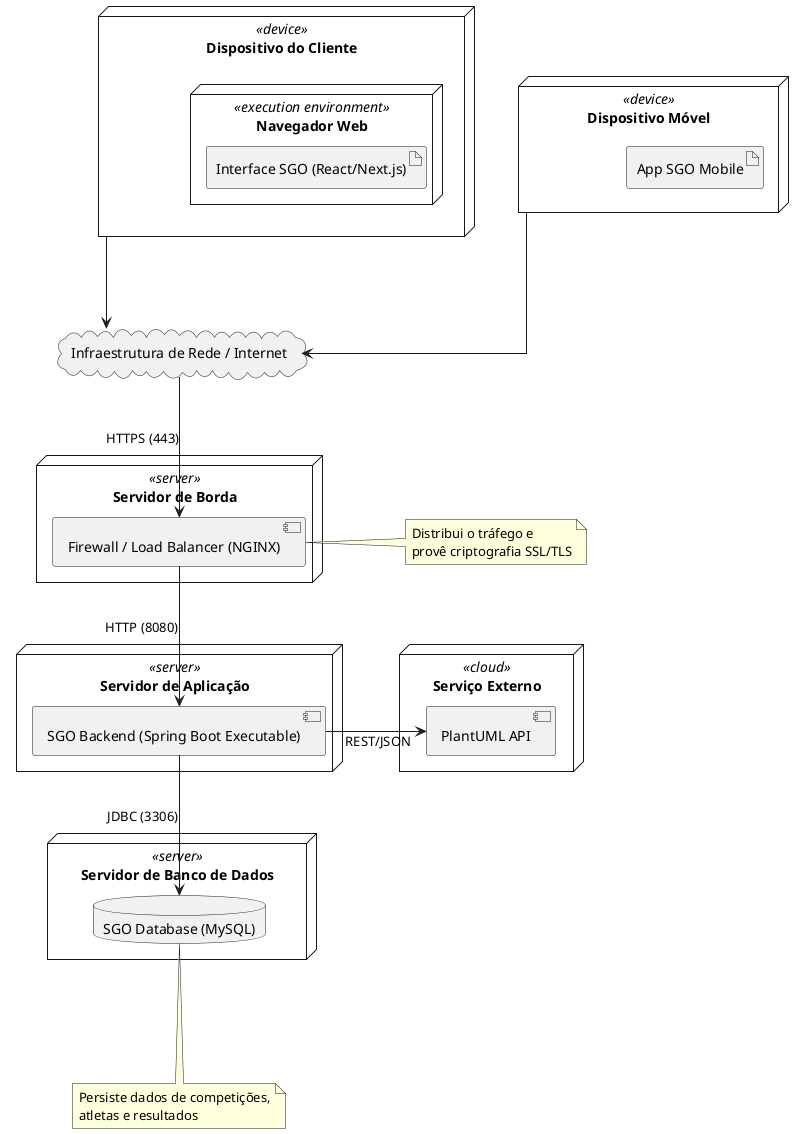
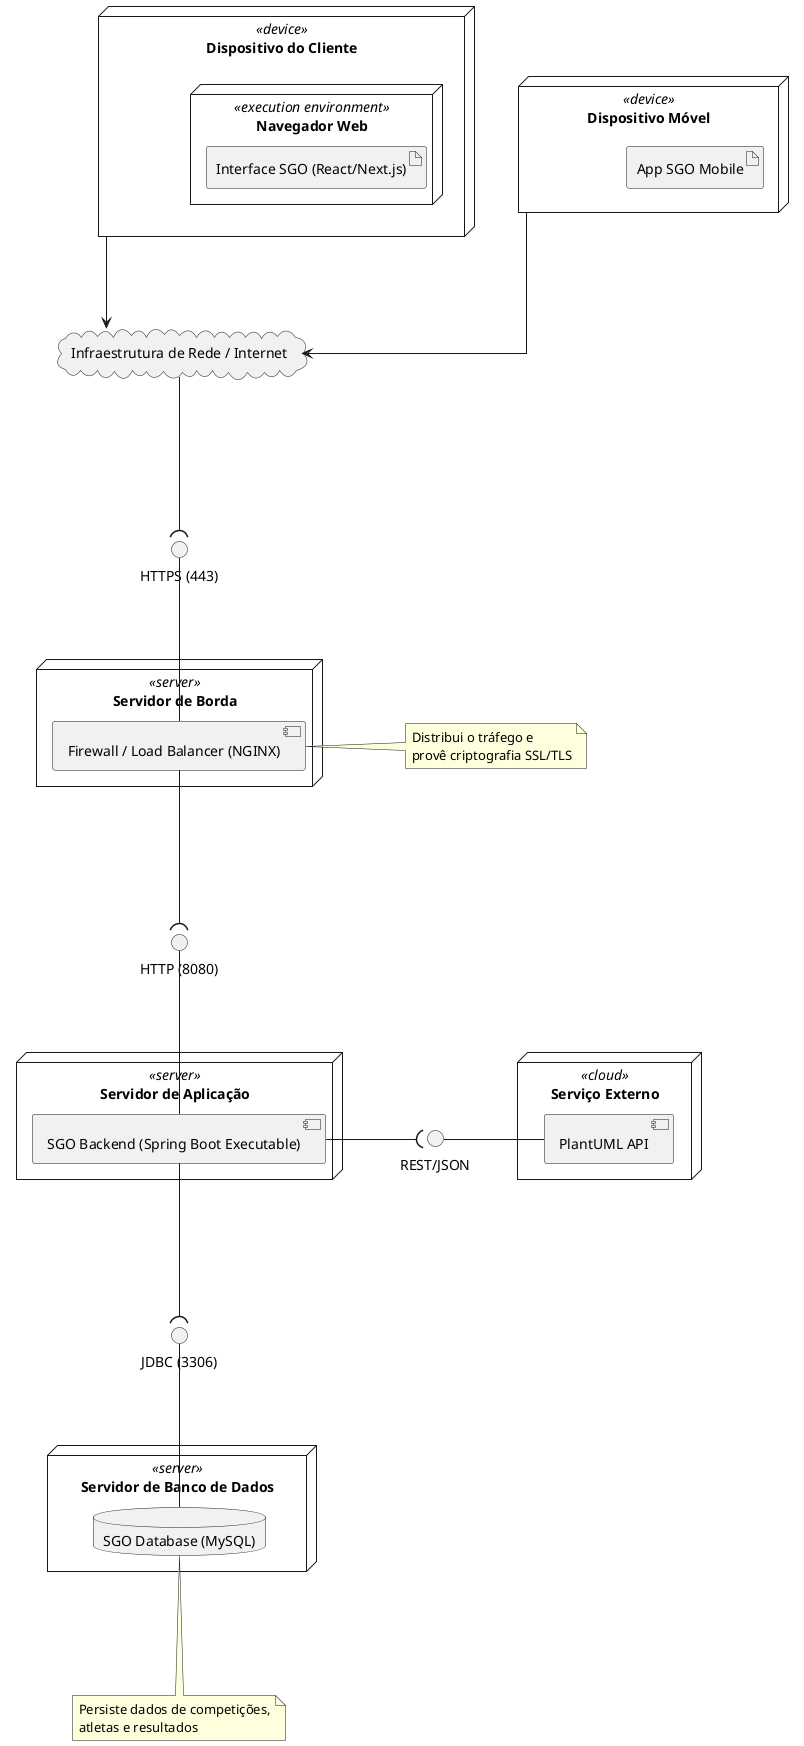
@startuml
skinparam linetype ortho
skinparam nodesep 100
skinparam ranksep 140

node "Dispositivo do Cliente" <<device>> as cliente {
    node "Navegador Web" <<execution environment>> {
        artifact "Interface SGO (React/Next.js)" as front
    }
}

node "Dispositivo Móvel" <<device>> as smartphone {
    artifact "App SGO Mobile" as app_mobile
}

cloud "Infraestrutura de Rede / Internet" as internet

node "Servidor de Borda" <<server>> as borda {
    component "Firewall / Load Balancer (NGINX)" as lb
}

node "Servidor de Aplicação" <<server>> as app_server {
    component "SGO Backend (Spring Boot Executable)" as api
}

node "Servidor de Banco de Dados" <<server>> as db_server {
    database "SGO Database (MySQL)" as db
}

node "Serviço Externo" <<cloud>> {
    component "PlantUML API" as p_api
}

- ' Conexões ajustadas com direções explícitas para evitar sobreposição
+ interface "HTTPS (443)" as i_https
+ interface "HTTP (8080)" as i_http
+ interface "JDBC (3306)" as i_jdbc
+ interface "REST/JSON" as i_rest
+ 
cliente -down-> internet
smartphone -down-> internet
- internet -down-> lb : " HTTPS (443)"
- lb -down-> api : " HTTP (8080)"
- api -down-> db : " JDBC (3306)"
- api -right-> p_api : " REST/JSON"
+ 
+ internet -down-( i_https
+ i_https -down- lb
+ 
+ lb -down-( i_http
+ i_http -down- api
+ 
+ api -down-( i_jdbc
+ i_jdbc -down- db
+ 
+ api -right-( i_rest
+ i_rest -right- p_api

note right of lb
  Distribui o tráfego e
  provê criptografia SSL/TLS
end note

note bottom of db
  Persiste dados de competições,
  atletas e resultados
end note

@enduml